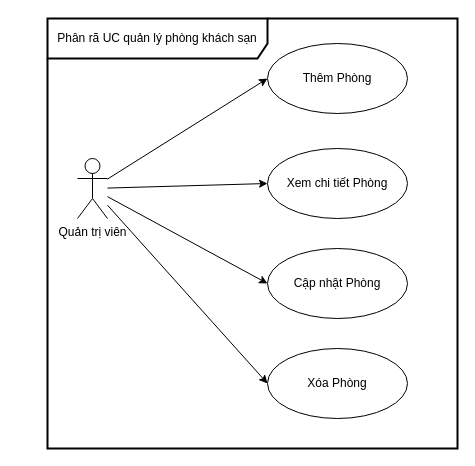
Above: page "UC_QuanLyPhongKS" (6 of 7) of usecase-diagrams.drawio in KMA-TTCS-Nhom32/documents (draw.io), before the change. Source tidied: cells renumbered, new cells numbered last; positions are measured from the earlier drawing's top-left corner, leaving out a move shared by most shapes. Both pictures are drawn from the tidied source at 100%, with x=0, y=0 at pixel (47, 18).
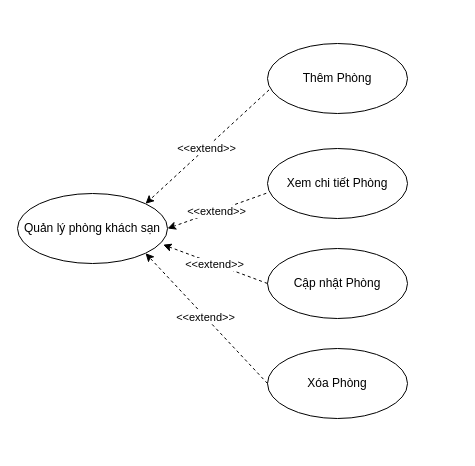
The same diagram, later.

What changed in the source:
```diff
@@
 <mxGraphModel>
   <root>
     <mxCell id="0" />
     <mxCell id="1" parent="0" />
-    <mxCell id="2" style="rounded=0;jettySize=auto;html=1;entryX=0;entryY=0.5;entryDx=0;entryDy=0;" parent="1" edge="1" source="6" target="7">
-      <mxGeometry relative="1" as="geometry" />
-    </mxCell>
-    <mxCell id="3" style="rounded=0;jettySize=auto;html=1;entryX=0;entryY=0.5;entryDx=0;entryDy=0;" parent="1" edge="1" source="6" target="8">
-      <mxGeometry relative="1" as="geometry" />
-    </mxCell>
-    <mxCell id="4" style="rounded=0;jettySize=auto;html=1;entryX=0;entryY=0.5;entryDx=0;entryDy=0;" parent="1" edge="1" source="6" target="9">
-      <mxGeometry relative="1" as="geometry" />
-    </mxCell>
-    <mxCell id="5" style="rounded=0;jettySize=auto;html=1;entryX=0;entryY=0.5;entryDx=0;entryDy=0;" parent="1" edge="1" source="6" target="11">
-      <mxGeometry relative="1" as="geometry" />
-    </mxCell>
-    <mxCell id="6" value="Quản trị viên" style="shape=umlActor;verticalLabelPosition=bottom;verticalAlign=top;html=1;" parent="1" vertex="1">
-      <mxGeometry x="30" y="140" width="30" height="60" as="geometry" />
-    </mxCell>
     <mxCell id="7" value="Thêm Phòng" style="ellipse;whiteSpace=wrap;html=1;" parent="1" vertex="1">
       <mxGeometry x="220" y="25" width="140" height="70" as="geometry" />
     </mxCell>
     <mxCell id="8" value="Xem chi tiết Phòng" style="ellipse;whiteSpace=wrap;html=1;" parent="1" vertex="1">
       <mxGeometry x="220" y="130" width="140" height="70" as="geometry" />
     </mxCell>
     <mxCell id="9" value="Cập nhật Phòng" style="ellipse;whiteSpace=wrap;html=1;" parent="1" vertex="1">
       <mxGeometry x="220" y="230" width="140" height="70" as="geometry" />
     </mxCell>
-    <mxCell id="10" value="Phân rã UC quản lý phòng khách sạn" style="shape=umlFrame;whiteSpace=wrap;html=1;width=220;height=40;strokeWidth=2;" parent="1" vertex="1">
-      <mxGeometry width="410" height="430" as="geometry" />
-    </mxCell>
     <mxCell id="11" value="Xóa Phòng" style="ellipse;whiteSpace=wrap;html=1;" parent="1" vertex="1">
       <mxGeometry x="220" y="330" width="140" height="70" as="geometry" />
     </mxCell>
+    <mxCell id="12" value="Quản lý phòng khách sạn" style="ellipse;whiteSpace=wrap;html=1;" parent="1" vertex="1">
+      <mxGeometry x="-30" y="175" width="150" height="70" as="geometry" />
+    </mxCell>
+    <mxCell id="13" style="rounded=0;jettySize=auto;html=1;entryX=1;entryY=0;entryDx=0;entryDy=0;dashed=1;exitX=0.011;exitY=0.663;exitDx=0;exitDy=0;exitPerimeter=0;" parent="1" edge="1" source="7" target="12">
+      <mxGeometry relative="1" as="geometry" />
+    </mxCell>
+    <mxCell id="14" value="&amp;lt;&amp;lt;extend&amp;gt;&amp;gt;" style="edgeLabel;html=1;align=center;verticalAlign=middle;" parent="13" vertex="1">
+      <mxGeometry x="0.02" relative="1" as="geometry" />
+    </mxCell>
+    <mxCell id="15" style="rounded=0;jettySize=auto;html=1;entryX=1;entryY=0.5;entryDx=0;entryDy=0;dashed=1;exitX=-0.009;exitY=0.64;exitDx=0;exitDy=0;exitPerimeter=0;" parent="1" edge="1" source="8" target="12">
+      <mxGeometry relative="1" as="geometry" />
+    </mxCell>
+    <mxCell id="16" value="&amp;lt;&amp;lt;extend&amp;gt;&amp;gt;" style="edgeLabel;html=1;align=center;verticalAlign=middle;" parent="15" vertex="1">
+      <mxGeometry x="0.02" relative="1" as="geometry" />
+    </mxCell>
+    <mxCell id="17" style="rounded=0;jettySize=auto;html=1;dashed=1;exitX=0;exitY=0.5;exitDx=0;exitDy=0;entryX=0.971;entryY=0.731;entryDx=0;entryDy=0;entryPerimeter=0;" parent="1" edge="1" source="9" target="12">
+      <mxGeometry relative="1" as="geometry" />
+    </mxCell>
+    <mxCell id="18" value="&amp;lt;&amp;lt;extend&amp;gt;&amp;gt;" style="edgeLabel;html=1;align=center;verticalAlign=middle;" parent="17" vertex="1">
+      <mxGeometry x="0.02" relative="1" as="geometry" />
+    </mxCell>
+    <mxCell id="19" style="rounded=0;jettySize=auto;html=1;entryX=1;entryY=1;entryDx=0;entryDy=0;dashed=1;exitX=0;exitY=0.5;exitDx=0;exitDy=0;" parent="1" edge="1" source="11" target="12">
+      <mxGeometry relative="1" as="geometry" />
+    </mxCell>
+    <mxCell id="20" value="&amp;lt;&amp;lt;extend&amp;gt;&amp;gt;" style="edgeLabel;html=1;align=center;verticalAlign=middle;" parent="19" vertex="1">
+      <mxGeometry x="0.02" relative="1" as="geometry" />
+    </mxCell>
   </root>
 </mxGraphModel>
```
